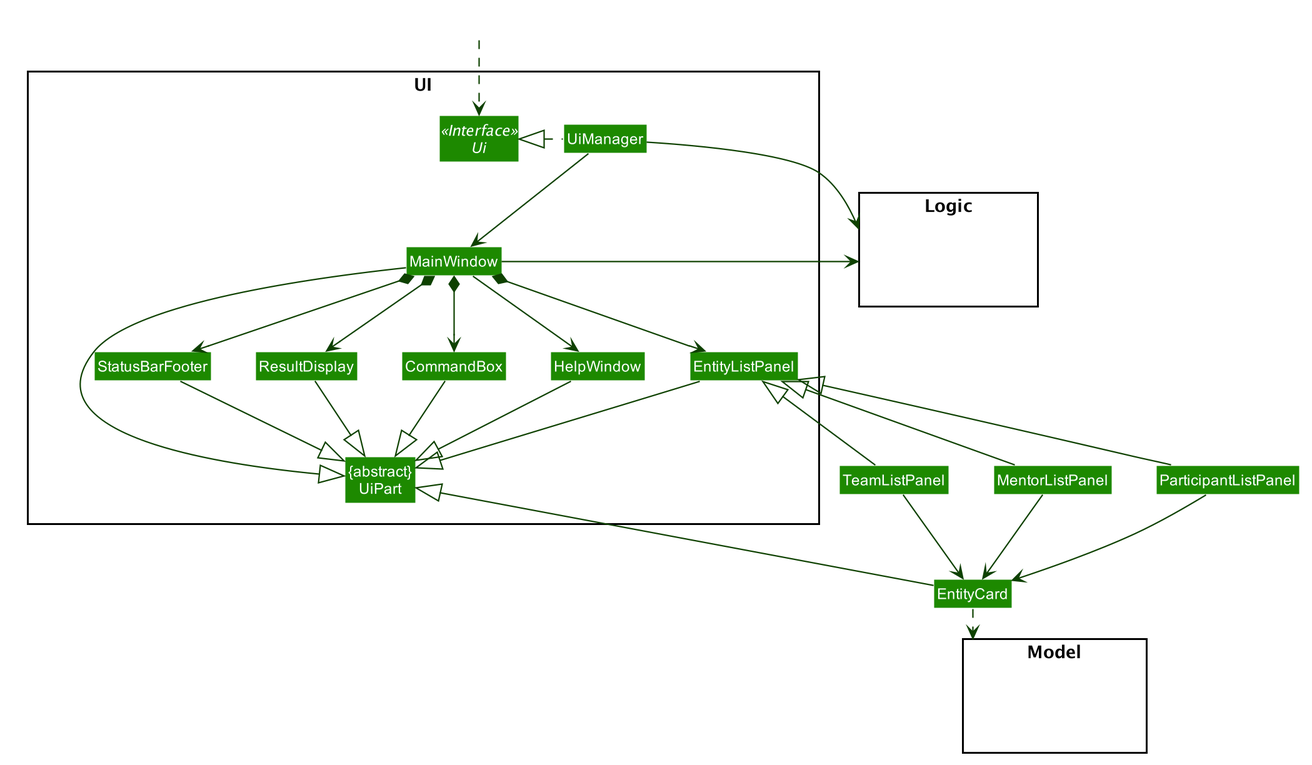
The PlantUML diagram images/UiClassDiagram.png in AY1920S1-CS2103T-F11-1/main, before a commit. Source of this version:
```plantuml
@startuml








skinparam BackgroundColor #FFFFFFF

skinparam Shadowing false

skinparam Class {
    FontColor #FFFFFF
    BorderThickness 1
    BorderColor #FFFFFF
    StereotypeFontColor #FFFFFF
    FontName Arial
}

skinparam Actor {
    BorderColor #000000
    Color #000000
    FontName Arial
}

skinparam Sequence {
    MessageAlign center
    BoxFontSize 15
    BoxPadding 0
    BoxFontColor #FFFFFF
    FontName Arial
}

skinparam Participant {
    FontColor #FFFFFFF
    Padding 20
}

skinparam MinClassWidth 50
skinparam ParticipantPadding 10
skinparam Shadowing false
skinparam DefaultTextAlignment center
skinparam packageStyle Rectangle

hide footbox
hide members
hide circle
skinparam arrowThickness 1.1
skinparam arrowColor #0E4100
skinparam classBackgroundColor #1D8900

package UI <<Rectangle>>{
Interface Ui <<Interface>>
Class "{abstract}\nUiPart" as UiPart
Class UiManager
Class MainWindow
Class EntityListPanel
Class HelpWindow
Class ResultDisplay
Class StatusBarFooter
Class CommandBox
}

package Model <<Rectangle>> {
Class HiddenModel #FFFFFF
}

package Logic <<Rectangle>> {
Class HiddenLogic #FFFFFF
}

Class HiddenOutside #FFFFFF
HiddenOutside ..> Ui

UiManager .left.|> Ui
UiManager -down-> MainWindow
MainWindow --> HelpWindow
MainWindow *-down-> CommandBox
MainWindow *-down-> ResultDisplay
MainWindow *-down-> StatusBarFooter
MainWindow *-down-> EntityListPanel


ParticipantListPanel -up-|> EntityListPanel
TeamListPanel-up-|> EntityListPanel
MentorListPanel-up-|> EntityListPanel

EntityListPanel -right[hidden] StatusBarFooter

ParticipantListPanel -down-> EntityCard
TeamListPanel -down-> EntityCard
MentorListPanel -down-> EntityCard
EntityCard ..> Model
MainWindow -left-|> UiPart

ResultDisplay --|> UiPart
CommandBox --|> UiPart

StatusBarFooter -|> UiPart
HelpWindow -down-|> UiPart
EntityListPanel --|> UiPart
EntityCard-|> UiPart

UiManager -right-> Logic
MainWindow -left-> Logic


HelpWindow -[hidden]left- CommandBox
CommandBox -[hidden]left- ResultDisplay
ResultDisplay -[hidden]left- StatusBarFooter

MainWindow -[hidden]-|> UiPart
@enduml
```
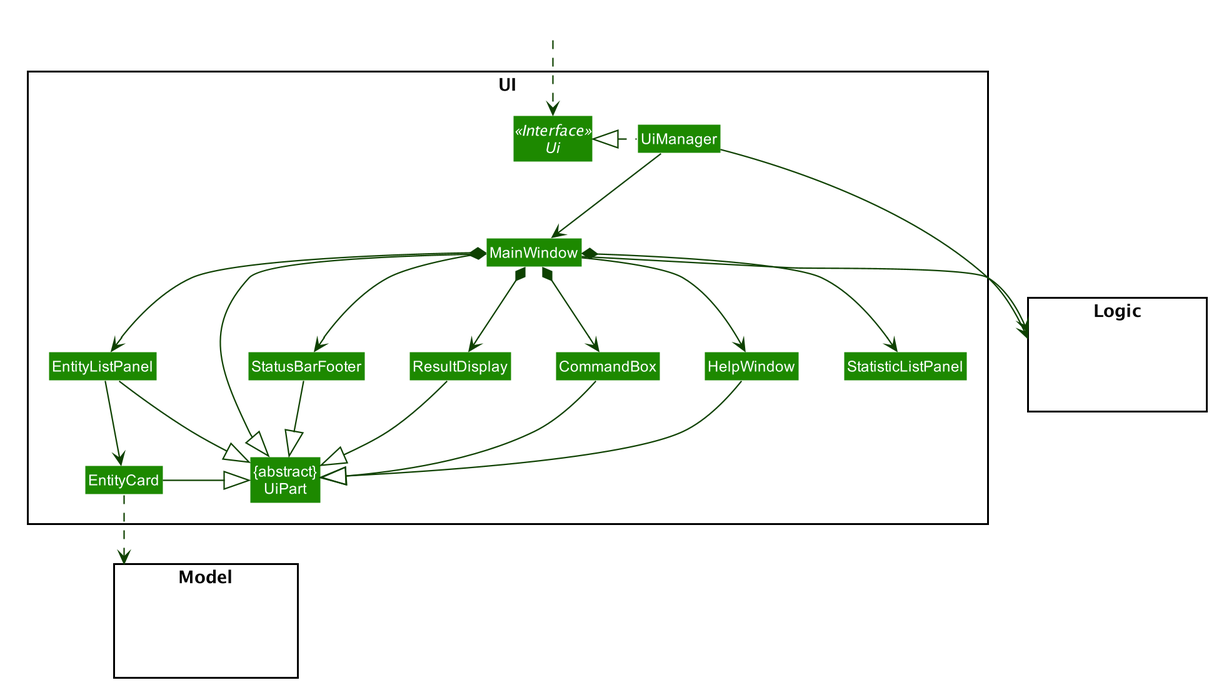
The same diagram one commit later.

What changed in the source:
```diff
@@ -1,4 +1,8 @@
 @startuml
+
+
+
+
 
 
 
@@ -61,6 +65,8 @@
 Class ResultDisplay
 Class StatusBarFooter
 Class CommandBox
+Class StatisticListPanel
+Class EntityCard
 }
 
 package Model <<Rectangle>> {
@@ -77,21 +83,20 @@
 UiManager .left.|> Ui
 UiManager -down-> MainWindow
 MainWindow --> HelpWindow
+MainWindow *-down-> StatusBarFooter
 MainWindow *-down-> CommandBox
 MainWindow *-down-> ResultDisplay
-MainWindow *-down-> StatusBarFooter
+
 MainWindow *-down-> EntityListPanel
+MainWindow *-down-> StatisticListPanel
 
 
-ParticipantListPanel -up-|> EntityListPanel
-TeamListPanel-up-|> EntityListPanel
-MentorListPanel-up-|> EntityListPanel
+
 
 EntityListPanel -right[hidden] StatusBarFooter
 
-ParticipantListPanel -down-> EntityCard
-TeamListPanel -down-> EntityCard
-MentorListPanel -down-> EntityCard
+EntityListPanel -down-> EntityCard
+
 EntityCard ..> Model
 MainWindow -left-|> UiPart
 
@@ -103,8 +108,8 @@
 EntityListPanel --|> UiPart
 EntityCard-|> UiPart
 
-UiManager -right-> Logic
-MainWindow -left-> Logic
+UiManager --> Logic
+MainWindow --> Logic
 
 
 HelpWindow -[hidden]left- CommandBox
```
